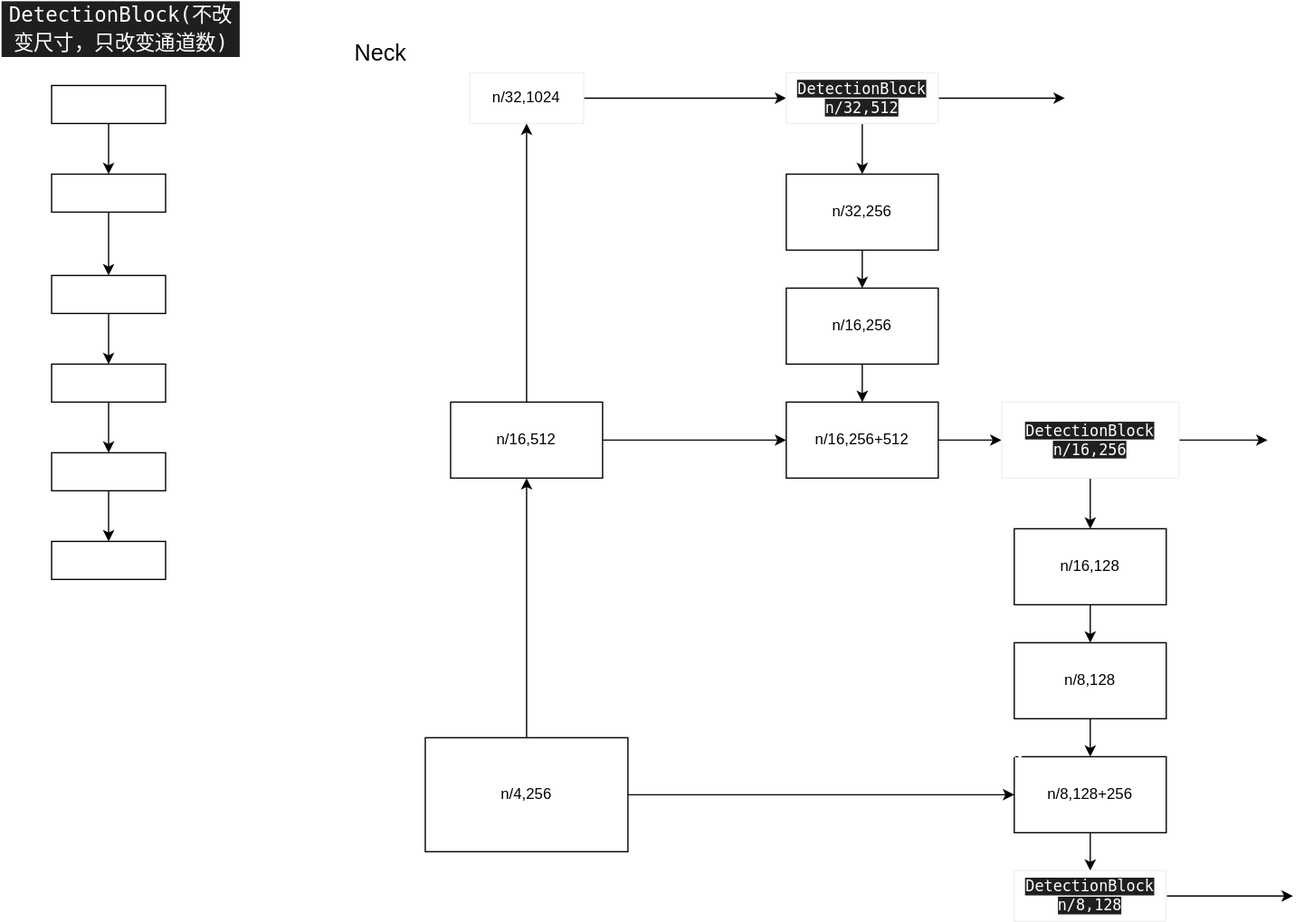
Earlier version of the draw.io export images/deeplearning/networks/yolo_v3/neck.drawio.svg (rootzzp/notes). Source tidied: cells renumbered, new cells last; positions are measured from the earlier drawing's top-left corner, leaving out a move shared by most shapes.
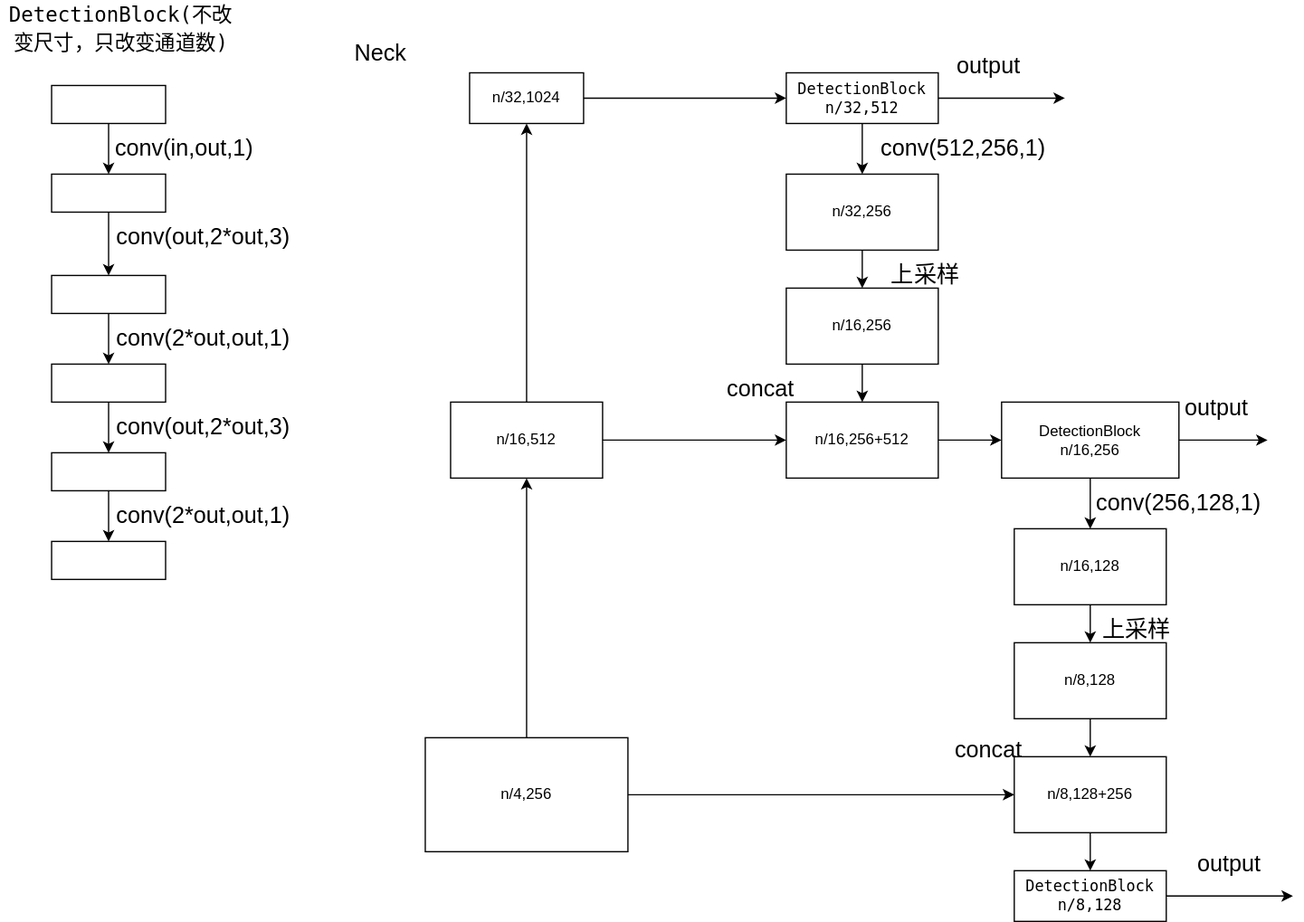
The same file after the commit.

Change to the diagram source:
```diff
@@ -1,11 +1,11 @@
-<mxGraphModel>
+<mxGraphModel background="#FFFFFF" math="1">
   <root>
     <mxCell id="0" />
     <mxCell id="1" parent="0" />
     <mxCell id="2" style="edgeStyle=none;html=1;" parent="1" edge="1" source="3" target="30">
       <mxGeometry relative="1" as="geometry" />
     </mxCell>
-    <mxCell id="3" value="n/32,1024" style="rounded=0;whiteSpace=wrap;html=1;fillColor=none;strokeColor=#F0F0F0;" parent="1" vertex="1">
+    <mxCell id="3" value="n/32,1024" style="rounded=0;whiteSpace=wrap;html=1;fillColor=none;strokeColor=#000000;" parent="1" vertex="1">
       <mxGeometry x="370" y="50" width="90" height="40" as="geometry" />
     </mxCell>
     <mxCell id="4" style="edgeStyle=none;html=1;" parent="1" edge="1" source="6" target="3">
@@ -29,7 +29,7 @@
     <mxCell id="10" value="&lt;font style=&quot;font-size: 18px;&quot;&gt;Neck&lt;/font&gt;" style="text;html=1;strokeColor=none;fillColor=none;align=center;verticalAlign=middle;whiteSpace=wrap;rounded=0;" parent="1" vertex="1">
       <mxGeometry x="270" y="20" width="60" height="30" as="geometry" />
     </mxCell>
-    <mxCell id="11" value="&lt;div style=&quot;background-color: rgb(31, 31, 31); font-family: &amp;quot;Droid Sans Mono&amp;quot;, &amp;quot;monospace&amp;quot;, monospace; font-size: 16px; line-height: 22px;&quot;&gt;&lt;font color=&quot;#ffffff&quot;&gt;DetectionBlock(不改变尺寸，只改变通道数)&lt;/font&gt;&lt;/div&gt;" style="text;html=1;strokeColor=none;fillColor=none;align=center;verticalAlign=middle;whiteSpace=wrap;rounded=0;" parent="1" vertex="1">
+    <mxCell id="11" value="&lt;div style=&quot;font-family: &amp;quot;Droid Sans Mono&amp;quot;, &amp;quot;monospace&amp;quot;, monospace; font-size: 16px; line-height: 22px;&quot;&gt;&lt;font&gt;DetectionBlock(不改变尺寸，只改变通道数)&lt;/font&gt;&lt;/div&gt;" style="text;html=1;strokeColor=none;fillColor=none;align=center;verticalAlign=middle;whiteSpace=wrap;rounded=0;labelBackgroundColor=default;fontColor=#000000;" parent="1" vertex="1">
       <mxGeometry width="190" height="30" as="geometry" />
     </mxCell>
     <mxCell id="12" style="edgeStyle=none;html=1;fontSize=18;fontColor=#FFFFFF;" parent="1" edge="1" source="13" target="15">
@@ -44,7 +44,7 @@
     <mxCell id="15" style="rounded=0;whiteSpace=wrap;html=1;fontSize=18;fontColor=#FFFFFF;fillColor=none;" parent="1" vertex="1">
       <mxGeometry x="40" y="130" width="90" height="30" as="geometry" />
     </mxCell>
-    <mxCell id="16" value="conv(in,out,1)" style="text;html=1;strokeColor=none;fillColor=none;align=center;verticalAlign=middle;whiteSpace=wrap;rounded=0;fontSize=18;fontColor=#FFFFFF;" parent="1" vertex="1">
+    <mxCell id="16" value="conv(in,out,1)" style="text;html=1;strokeColor=none;fillColor=none;align=center;verticalAlign=middle;whiteSpace=wrap;rounded=0;fontSize=18;fontColor=#000000;" parent="1" vertex="1">
       <mxGeometry x="70" y="90" width="150" height="40" as="geometry" />
     </mxCell>
     <mxCell id="17" style="edgeStyle=none;html=1;fontSize=18;fontColor=#FFFFFF;" parent="1" edge="1" source="18" target="21">
@@ -53,7 +53,7 @@
     <mxCell id="18" style="rounded=0;whiteSpace=wrap;html=1;fontSize=18;fontColor=#FFFFFF;fillColor=none;" parent="1" vertex="1">
       <mxGeometry x="40" y="210" width="90" height="30" as="geometry" />
     </mxCell>
-    <mxCell id="19" value="conv(out,2*out,3)" style="text;html=1;strokeColor=none;fillColor=none;align=center;verticalAlign=middle;whiteSpace=wrap;rounded=0;fontSize=18;fontColor=#FFFFFF;" parent="1" vertex="1">
+    <mxCell id="19" value="conv(out,2*out,3)" style="text;html=1;strokeColor=none;fillColor=none;align=center;verticalAlign=middle;whiteSpace=wrap;rounded=0;fontSize=18;fontColor=#000000;" parent="1" vertex="1">
       <mxGeometry x="70" y="160" width="180" height="40" as="geometry" />
     </mxCell>
     <mxCell id="20" style="edgeStyle=none;html=1;fontSize=18;fontColor=#FFFFFF;" parent="1" edge="1" source="21" target="24">
@@ -62,7 +62,7 @@
     <mxCell id="21" style="rounded=0;whiteSpace=wrap;html=1;fontSize=18;fontColor=#FFFFFF;fillColor=none;" parent="1" vertex="1">
       <mxGeometry x="40" y="280" width="90" height="30" as="geometry" />
     </mxCell>
-    <mxCell id="22" value="conv(2*out,out,1)" style="text;html=1;strokeColor=none;fillColor=none;align=center;verticalAlign=middle;whiteSpace=wrap;rounded=0;fontSize=18;fontColor=#FFFFFF;" parent="1" vertex="1">
+    <mxCell id="22" value="conv(2*out,out,1)" style="text;html=1;strokeColor=none;fillColor=none;align=center;verticalAlign=middle;whiteSpace=wrap;rounded=0;fontSize=18;fontColor=#000000;" parent="1" vertex="1">
       <mxGeometry x="70" y="240" width="180" height="40" as="geometry" />
     </mxCell>
     <mxCell id="23" style="edgeStyle=none;html=1;fontSize=18;fontColor=#FFFFFF;" parent="1" edge="1" source="24" target="26">
@@ -71,13 +71,13 @@
     <mxCell id="24" style="rounded=0;whiteSpace=wrap;html=1;fontSize=18;fontColor=#FFFFFF;fillColor=none;" parent="1" vertex="1">
       <mxGeometry x="40" y="350" width="90" height="30" as="geometry" />
     </mxCell>
-    <mxCell id="25" value="conv(out,2*out,3)" style="text;html=1;strokeColor=none;fillColor=none;align=center;verticalAlign=middle;whiteSpace=wrap;rounded=0;fontSize=18;fontColor=#FFFFFF;" parent="1" vertex="1">
+    <mxCell id="25" value="conv(out,2*out,3)" style="text;html=1;strokeColor=none;fillColor=none;align=center;verticalAlign=middle;whiteSpace=wrap;rounded=0;fontSize=18;fontColor=#000000;" parent="1" vertex="1">
       <mxGeometry x="70" y="310" width="180" height="40" as="geometry" />
     </mxCell>
     <mxCell id="26" style="rounded=0;whiteSpace=wrap;html=1;fontSize=18;fontColor=#FFFFFF;fillColor=none;" parent="1" vertex="1">
       <mxGeometry x="40" y="420" width="90" height="30" as="geometry" />
     </mxCell>
-    <mxCell id="27" value="conv(2*out,out,1)" style="text;html=1;strokeColor=none;fillColor=none;align=center;verticalAlign=middle;whiteSpace=wrap;rounded=0;fontSize=18;fontColor=#FFFFFF;" parent="1" vertex="1">
+    <mxCell id="27" value="conv(2*out,out,1)" style="text;html=1;strokeColor=none;fillColor=none;align=center;verticalAlign=middle;whiteSpace=wrap;rounded=0;fontSize=18;fontColor=#000000;" parent="1" vertex="1">
       <mxGeometry x="70" y="380" width="180" height="40" as="geometry" />
     </mxCell>
     <mxCell id="28" style="edgeStyle=none;html=1;fontSize=12;" parent="1" edge="1" source="30" target="32">
@@ -88,7 +88,7 @@
         <mxPoint x="840" y="70" as="targetPoint" />
       </mxGeometry>
     </mxCell>
-    <mxCell id="30" value="&lt;span style=&quot;color: rgb(255, 255, 255); font-family: &amp;quot;Droid Sans Mono&amp;quot;, &amp;quot;monospace&amp;quot;, monospace; background-color: rgb(31, 31, 31);&quot;&gt;&lt;font style=&quot;font-size: 12px;&quot;&gt;DetectionBlock&lt;br&gt;n/32,512&lt;br&gt;&lt;/font&gt;&lt;/span&gt;" style="rounded=0;whiteSpace=wrap;html=1;fillColor=none;strokeColor=#F0F0F0;" parent="1" vertex="1">
+    <mxCell id="30" value="&lt;span style=&quot;font-family: &amp;quot;Droid Sans Mono&amp;quot;, &amp;quot;monospace&amp;quot;, monospace;&quot;&gt;&lt;font style=&quot;font-size: 12px;&quot;&gt;DetectionBlock&lt;br&gt;n/32,512&lt;br&gt;&lt;/font&gt;&lt;/span&gt;" style="rounded=0;whiteSpace=wrap;html=1;fillColor=none;strokeColor=#000000;labelBackgroundColor=default;fontColor=#000000;" parent="1" vertex="1">
       <mxGeometry x="620" y="50" width="120" height="40" as="geometry" />
     </mxCell>
     <mxCell id="31" style="edgeStyle=none;html=1;fontSize=12;" parent="1" edge="1" source="32" target="35">
@@ -97,7 +97,7 @@
     <mxCell id="32" value="n/32,256" style="rounded=0;whiteSpace=wrap;html=1;fillColor=none;" parent="1" vertex="1">
       <mxGeometry x="620" y="130" width="120" height="60" as="geometry" />
     </mxCell>
-    <mxCell id="33" value="conv(512,256,1)" style="text;html=1;strokeColor=none;fillColor=none;align=center;verticalAlign=middle;whiteSpace=wrap;rounded=0;fontSize=18;fontColor=#FFFFFF;" parent="1" vertex="1">
+    <mxCell id="33" value="conv(512,256,1)" style="text;html=1;strokeColor=none;fillColor=none;align=center;verticalAlign=middle;whiteSpace=wrap;rounded=0;fontSize=18;fontColor=#000000;" parent="1" vertex="1">
       <mxGeometry x="670" y="90" width="180" height="40" as="geometry" />
     </mxCell>
     <mxCell id="34" style="edgeStyle=none;html=1;exitX=0.5;exitY=1;exitDx=0;exitDy=0;entryX=0.5;entryY=0;entryDx=0;entryDy=0;strokeColor=default;fontSize=12;startFill=0;endArrow=classic;endFill=1;" parent="1" edge="1" source="35" target="38">
@@ -106,7 +106,7 @@
     <mxCell id="35" value="n/16,256" style="rounded=0;whiteSpace=wrap;html=1;fillColor=none;" parent="1" vertex="1">
       <mxGeometry x="620" y="220" width="120" height="60" as="geometry" />
     </mxCell>
-    <mxCell id="36" value="上采样" style="text;html=1;strokeColor=none;fillColor=none;align=center;verticalAlign=middle;whiteSpace=wrap;rounded=0;fontSize=18;fontColor=#FFFFFF;" parent="1" vertex="1">
+    <mxCell id="36" value="上采样" style="text;html=1;strokeColor=none;fillColor=none;align=center;verticalAlign=middle;whiteSpace=wrap;rounded=0;fontSize=18;fontColor=#000000;" parent="1" vertex="1">
       <mxGeometry x="640" y="190" width="180" height="40" as="geometry" />
     </mxCell>
     <mxCell id="37" style="edgeStyle=none;html=1;exitX=1;exitY=0.5;exitDx=0;exitDy=0;entryX=0;entryY=0.5;entryDx=0;entryDy=0;strokeColor=default;fontSize=12;startFill=0;endArrow=classic;endFill=1;" parent="1" edge="1" source="38" target="42">
@@ -115,7 +115,7 @@
     <mxCell id="38" value="n/16,256+512" style="rounded=0;whiteSpace=wrap;html=1;fillColor=none;snapToPoint=1;backgroundOutline=0;" parent="1" vertex="1">
       <mxGeometry x="620" y="310" width="120" height="60" as="geometry" />
     </mxCell>
-    <mxCell id="39" value="concat" style="text;html=1;strokeColor=none;fillColor=none;align=center;verticalAlign=middle;whiteSpace=wrap;rounded=0;fontSize=18;fontColor=#FFFFFF;" parent="1" vertex="1">
+    <mxCell id="39" value="concat" style="text;html=1;strokeColor=none;fillColor=none;align=center;verticalAlign=middle;whiteSpace=wrap;rounded=0;fontSize=18;fontColor=#000000;" parent="1" vertex="1">
       <mxGeometry x="510" y="280" width="180" height="40" as="geometry" />
     </mxCell>
     <mxCell id="40" style="edgeStyle=none;html=1;exitX=0.5;exitY=1;exitDx=0;exitDy=0;entryX=0.5;entryY=0;entryDx=0;entryDy=0;strokeColor=default;fontSize=12;startFill=0;endArrow=classic;endFill=1;" parent="1" edge="1" source="42" target="44">
@@ -126,7 +126,7 @@
         <mxPoint x="1000" y="340" as="targetPoint" />
       </mxGeometry>
     </mxCell>
-    <mxCell id="42" value="&lt;span style=&quot;color: rgb(255, 255, 255); font-family: &amp;quot;Droid Sans Mono&amp;quot;, &amp;quot;monospace&amp;quot;, monospace; background-color: rgb(31, 31, 31);&quot;&gt;&lt;font style=&quot;font-size: 12px;&quot;&gt;DetectionBlock&lt;br&gt;n/16,256&lt;br&gt;&lt;/font&gt;&lt;/span&gt;" style="rounded=0;whiteSpace=wrap;html=1;fillColor=none;strokeColor=#F0F0F0;" parent="1" vertex="1">
+    <mxCell id="42" value="DetectionBlock&lt;br&gt;n/16,256&lt;br&gt;" style="rounded=0;whiteSpace=wrap;fillColor=none;strokeColor=#000000;labelBorderColor=none;fontColor=#000000;labelBackgroundColor=default;html=1;" parent="1" vertex="1">
       <mxGeometry x="790" y="310" width="140" height="60" as="geometry" />
     </mxCell>
     <mxCell id="43" style="edgeStyle=none;html=1;fontSize=12;" parent="1" edge="1" source="44" target="46">
@@ -147,16 +147,16 @@
     <mxCell id="48" value="n/8,128+256" style="rounded=0;whiteSpace=wrap;html=1;fillColor=none;snapToPoint=1;backgroundOutline=0;" parent="1" vertex="1">
       <mxGeometry x="800" y="590" width="120" height="60" as="geometry" />
     </mxCell>
-    <mxCell id="49" value="conv(256,128,1)" style="text;html=1;strokeColor=none;fillColor=none;align=center;verticalAlign=middle;whiteSpace=wrap;rounded=0;fontSize=18;fontColor=#FFFFFF;" parent="1" vertex="1">
+    <mxCell id="49" value="conv(256,128,1)" style="text;html=1;strokeColor=none;fillColor=none;align=center;verticalAlign=middle;whiteSpace=wrap;rounded=0;fontSize=18;fontColor=#000000;" parent="1" vertex="1">
       <mxGeometry x="840" y="370" width="180" height="40" as="geometry" />
     </mxCell>
-    <mxCell id="50" value="上采样" style="text;html=1;strokeColor=none;fillColor=none;align=center;verticalAlign=middle;whiteSpace=wrap;rounded=0;fontSize=18;fontColor=#FFFFFF;" parent="1" vertex="1">
+    <mxCell id="50" value="上采样" style="text;html=1;strokeColor=none;fillColor=none;align=center;verticalAlign=middle;whiteSpace=wrap;rounded=0;fontSize=18;fontColor=#000000;" parent="1" vertex="1">
       <mxGeometry x="807" y="470" width="180" height="40" as="geometry" />
     </mxCell>
-    <mxCell id="51" value="concat" style="text;html=1;strokeColor=none;fillColor=none;align=center;verticalAlign=middle;whiteSpace=wrap;rounded=0;fontSize=18;fontColor=#FFFFFF;" parent="1" vertex="1">
+    <mxCell id="51" value="concat" style="text;html=1;strokeColor=none;fillColor=none;align=center;verticalAlign=middle;whiteSpace=wrap;rounded=0;fontSize=18;fontColor=#000000;" parent="1" vertex="1">
       <mxGeometry x="690" y="570" width="180" height="30" as="geometry" />
     </mxCell>
-    <mxCell id="52" value="output" style="text;html=1;strokeColor=none;fillColor=none;align=center;verticalAlign=middle;whiteSpace=wrap;rounded=0;fontSize=18;fontColor=#FFFFFF;" parent="1" vertex="1">
+    <mxCell id="52" value="output" style="text;html=1;strokeColor=none;fillColor=none;align=center;verticalAlign=middle;whiteSpace=wrap;rounded=0;fontSize=18;fontColor=#000000;" parent="1" vertex="1">
       <mxGeometry x="750" y="30" width="60" height="30" as="geometry" />
     </mxCell>
     <mxCell id="53" style="edgeStyle=none;html=1;exitX=1;exitY=0.5;exitDx=0;exitDy=0;" parent="1" edge="1" source="54">
@@ -164,13 +164,13 @@
         <mxPoint x="1020" y="700" as="targetPoint" />
       </mxGeometry>
     </mxCell>
-    <mxCell id="54" value="&lt;span style=&quot;color: rgb(255, 255, 255); font-family: &amp;quot;Droid Sans Mono&amp;quot;, &amp;quot;monospace&amp;quot;, monospace; background-color: rgb(31, 31, 31);&quot;&gt;&lt;font style=&quot;font-size: 12px;&quot;&gt;DetectionBlock&lt;br&gt;n/8,128&lt;br&gt;&lt;/font&gt;&lt;/span&gt;" style="rounded=0;whiteSpace=wrap;html=1;fillColor=none;strokeColor=#F0F0F0;" parent="1" vertex="1">
+    <mxCell id="54" value="&lt;span style=&quot;font-family: &amp;quot;Droid Sans Mono&amp;quot;, &amp;quot;monospace&amp;quot;, monospace;&quot;&gt;&lt;font style=&quot;font-size: 12px;&quot;&gt;DetectionBlock&lt;br&gt;n/8,128&lt;br&gt;&lt;/font&gt;&lt;/span&gt;" style="rounded=0;whiteSpace=wrap;html=1;fillColor=none;strokeColor=#000000;fontColor=default;labelBackgroundColor=default;" parent="1" vertex="1">
       <mxGeometry x="800" y="680" width="120" height="40" as="geometry" />
     </mxCell>
-    <mxCell id="55" value="output" style="text;html=1;strokeColor=none;fillColor=none;align=center;verticalAlign=middle;whiteSpace=wrap;rounded=0;fontSize=18;fontColor=#FFFFFF;" parent="1" vertex="1">
+    <mxCell id="55" value="output" style="text;html=1;strokeColor=none;fillColor=none;align=center;verticalAlign=middle;whiteSpace=wrap;rounded=0;fontSize=18;fontColor=#000000;" parent="1" vertex="1">
       <mxGeometry x="930" y="300" width="60" height="30" as="geometry" />
     </mxCell>
-    <mxCell id="56" value="output" style="text;html=1;strokeColor=none;fillColor=none;align=center;verticalAlign=middle;whiteSpace=wrap;rounded=0;fontSize=18;fontColor=#FFFFFF;" parent="1" vertex="1">
+    <mxCell id="56" value="output" style="text;html=1;strokeColor=none;fillColor=none;align=center;verticalAlign=middle;whiteSpace=wrap;rounded=0;fontSize=18;fontColor=#000000;" parent="1" vertex="1">
       <mxGeometry x="940" y="660" width="60" height="30" as="geometry" />
     </mxCell>
   </root>
```
